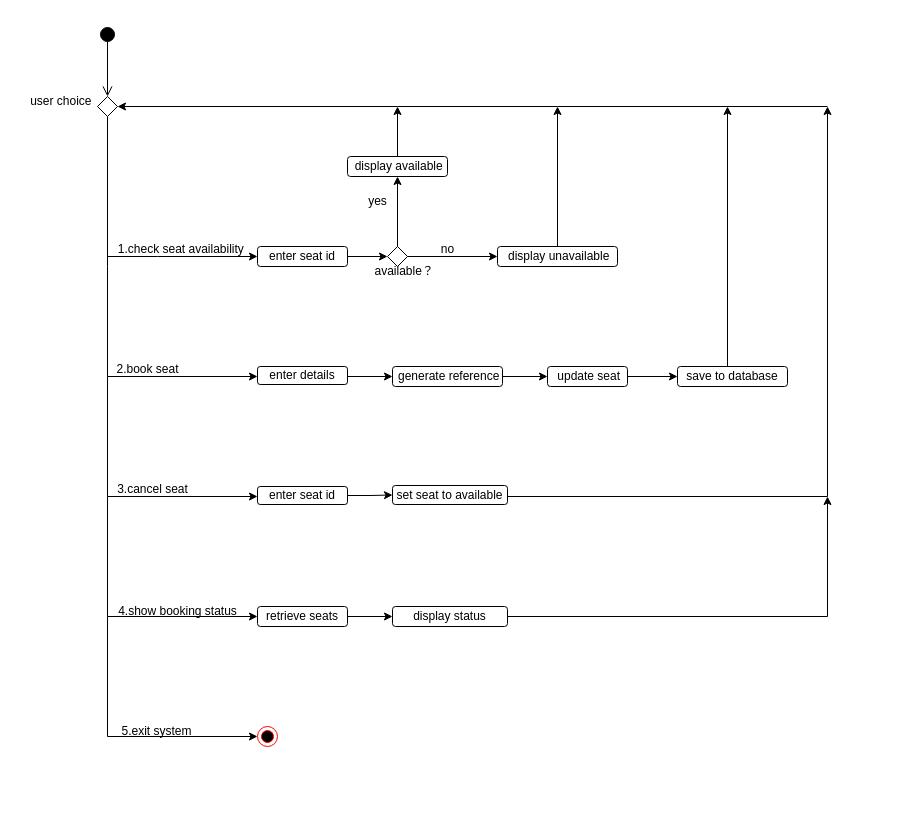
Above: FC723project activity diagram.drawio in xb0616/FC723-Project-P449777 (draw.io), before the change. Source tidied: cells renumbered, new cells numbered last; positions are measured from the earlier drawing's top-left corner, leaving out a move shared by most shapes. Both pictures are drawn from the tidied source at 100%, with x=0, y=0 at pixel (17, 26).
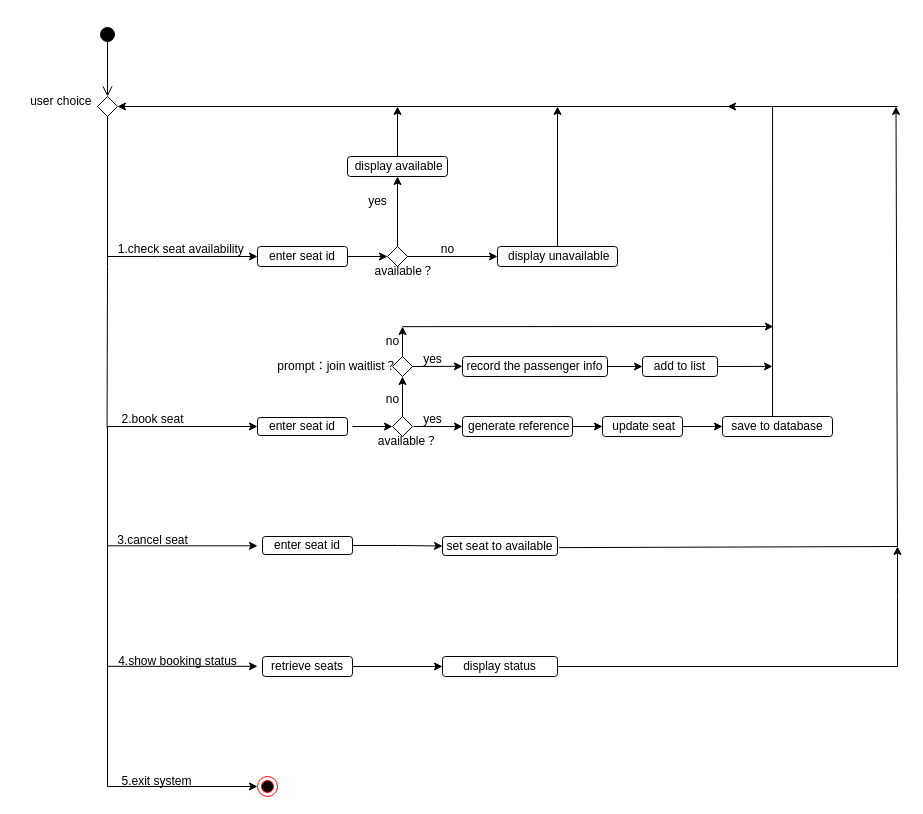
After the change.

Change to the diagram source:
```diff
@@
-    <mxCell id="6" style="endArrow=none;html=1;rounded=0;" parent="1" edge="1">
+    <mxCell id="6" style="endArrow=none;html=1;rounded=0;exitX=-0.005;exitY=0.772;exitDx=0;exitDy=0;exitPerimeter=0;" parent="1" edge="1" source="29">
       <mxGeometry relative="1" as="geometry">
-        <mxPoint x="90" y="350" as="sourcePoint" />
         <mxPoint x="90" y="240" as="targetPoint" />
       </mxGeometry>
     </mxCell>
     <mxCell id="7" style="endArrow=classic;html=1;rounded=0;" parent="1" edge="1">
       <mxGeometry relative="1" as="geometry">
-        <mxPoint x="90" y="350" as="sourcePoint" />
-        <mxPoint x="240" y="350" as="targetPoint" />
+        <mxPoint x="90" y="400" as="sourcePoint" />
+        <mxPoint x="240" y="400" as="targetPoint" />
       </mxGeometry>
     </mxCell>
     <mxCell id="8" style="endArrow=classic;html=1;rounded=0;" parent="1" edge="1">
       <mxGeometry relative="1" as="geometry">
-        <mxPoint x="90" y="470" as="sourcePoint" />
-        <mxPoint x="240" y="470" as="targetPoint" />
+        <mxPoint x="90" y="519.3" as="sourcePoint" />
+        <mxPoint x="240" y="519.3" as="targetPoint" />
       </mxGeometry>
     </mxCell>
     <mxCell id="9" style="endArrow=none;html=1;rounded=0;" parent="1" edge="1">
       <mxGeometry relative="1" as="geometry">
-        <mxPoint x="90" y="470" as="sourcePoint" />
-        <mxPoint x="90" y="350" as="targetPoint" />
+        <mxPoint x="90" y="520" as="sourcePoint" />
+        <mxPoint x="90" y="400" as="targetPoint" />
       </mxGeometry>
     </mxCell>
     <mxCell id="10" style="endArrow=none;html=1;rounded=0;" parent="1" edge="1">
       <mxGeometry relative="1" as="geometry">
-        <mxPoint x="90" y="590" as="sourcePoint" />
-        <mxPoint x="90" y="470" as="targetPoint" />
+        <mxPoint x="90" y="640" as="sourcePoint" />
+        <mxPoint x="90" y="520" as="targetPoint" />
       </mxGeometry>
     </mxCell>
     <mxCell id="11" style="endArrow=classic;html=1;rounded=0;" parent="1" edge="1">
       <mxGeometry relative="1" as="geometry">
-        <mxPoint x="90" y="590" as="sourcePoint" />
-        <mxPoint x="240" y="590" as="targetPoint" />
+        <mxPoint x="90" y="639.8" as="sourcePoint" />
+        <mxPoint x="240" y="639.8" as="targetPoint" />
       </mxGeometry>
     </mxCell>
     <mxCell id="12" style="endArrow=none;html=1;rounded=0;" parent="1" edge="1">
       <mxGeometry relative="1" as="geometry">
-        <mxPoint x="90" y="710" as="sourcePoint" />
-        <mxPoint x="90" y="590" as="targetPoint" />
+        <mxPoint x="90" y="760" as="sourcePoint" />
+        <mxPoint x="90" y="640" as="targetPoint" />
       </mxGeometry>
     </mxCell>
     <mxCell id="13" style="endArrow=classic;html=1;rounded=0;" parent="1" edge="1">
       <mxGeometry relative="1" as="geometry">
-        <mxPoint x="90" y="710" as="sourcePoint" />
-        <mxPoint x="240" y="710" as="targetPoint" />
+        <mxPoint x="90" y="760" as="sourcePoint" />
+        <mxPoint x="240" y="760" as="targetPoint" />
       </mxGeometry>
     </mxCell>
@@
     <mxCell id="29" value="2.book seat" style="text;html=1;align=center;verticalAlign=middle;points=[];strokeColor=none;fillColor=none;" parent="1" vertex="1">
-      <mxGeometry x="85" y="328" width="90" height="30" as="geometry" />
+      <mxGeometry x="90" y="378" width="90" height="30" as="geometry" />
     </mxCell>
-    <mxCell id="30" value="enter details" style="rounded=1;whiteSpace=wrap;html=1;" parent="1" vertex="1">
-      <mxGeometry x="240" y="340" width="90" height="18" as="geometry" />
+    <mxCell id="30" value="enter seat id" style="rounded=1;whiteSpace=wrap;html=1;" parent="1" vertex="1">
+      <mxGeometry x="240" y="391" width="90" height="18" as="geometry" />
     </mxCell>
-    <mxCell id="31" style="endArrow=classic;html=1;rounded=0;" parent="1" edge="1" target="32">
+    <mxCell id="31" style="endArrow=classic;html=1;rounded=0;" parent="1" edge="1">
       <mxGeometry relative="1" as="geometry">
-        <mxPoint x="330" y="350" as="sourcePoint" />
+        <mxPoint x="335" y="400" as="sourcePoint" />
+        <mxPoint x="375" y="400" as="targetPoint" />
       </mxGeometry>
     </mxCell>
     <mxCell id="32" value="&amp;nbsp;generate reference" style="rounded=1;whiteSpace=wrap;html=1;" parent="1" vertex="1">
-      <mxGeometry x="375" y="340" width="110" height="20" as="geometry" />
+      <mxGeometry x="445" y="390" width="110" height="20" as="geometry" />
     </mxCell>
@@
     <mxCell id="34" value="&amp;nbsp;update seat" style="rounded=1;whiteSpace=wrap;html=1;" parent="1" vertex="1">
-      <mxGeometry x="530" y="340" width="80" height="20" as="geometry" />
+      <mxGeometry x="585" y="390" width="80" height="20" as="geometry" />
     </mxCell>
     <mxCell id="35" style="endArrow=classic;html=1;rounded=0;" parent="1" edge="1">
       <mxGeometry relative="1" as="geometry">
-        <mxPoint x="610" y="350" as="sourcePoint" />
-        <mxPoint x="660" y="350" as="targetPoint" />
+        <mxPoint x="665" y="400" as="sourcePoint" />
+        <mxPoint x="705" y="400" as="targetPoint" />
       </mxGeometry>
     </mxCell>
@@
     <mxCell id="37" value="save to database" style="rounded=1;whiteSpace=wrap;html=1;" parent="1" vertex="1">
-      <mxGeometry x="660" y="340" width="110" height="20" as="geometry" />
+      <mxGeometry x="705" y="390" width="110" height="20" as="geometry" />
     </mxCell>
     <mxCell id="38" style="endArrow=none;html=1;rounded=0;" parent="1" edge="1">
       <mxGeometry relative="1" as="geometry">
         <mxPoint x="540" y="80" as="sourcePoint" />
-        <mxPoint x="810" y="80" as="targetPoint" />
+        <mxPoint x="880" y="80" as="targetPoint" />
       </mxGeometry>
     </mxCell>
@@
     <mxCell id="41" value="3.cancel seat" style="text;html=1;align=center;verticalAlign=middle;strokeColor=none;fillColor=none;" parent="1" vertex="1">
-      <mxGeometry x="90" y="448" width="90" height="30" as="geometry" />
+      <mxGeometry x="90" y="499" width="90" height="30" as="geometry" />
     </mxCell>
@@
     <mxCell id="43" value="enter seat id" style="rounded=1;whiteSpace=wrap;html=1;" parent="1" vertex="1">
-      <mxGeometry x="240" y="460" width="90" height="18" as="geometry" />
+      <mxGeometry x="245" y="510" width="90" height="18" as="geometry" />
     </mxCell>
-    <mxCell id="44" value="set seat to available" style="whiteSpace=wrap;html=1;rounded=1;" parent="1" vertex="1">
-      <mxGeometry x="375" y="459" width="115" height="19" as="geometry" />
-    </mxCell>
-    <mxCell id="45" style="endArrow=classic;html=1;rounded=0;" parent="1" edge="1">
+    <mxCell id="45" style="endArrow=classic;html=1;rounded=0;exitX=1.013;exitY=0.586;exitDx=0;exitDy=0;exitPerimeter=0;" parent="1" edge="1" source="44">
       <mxGeometry relative="1" as="geometry">
-        <mxPoint x="490" y="470" as="sourcePoint" />
-        <mxPoint x="810" y="80" as="targetPoint" />
+        <mxPoint x="878.5" y="80" as="targetPoint" />
         <Array as="points">
-          <mxPoint x="810" y="470" />
+          <mxPoint x="880" y="520" />
         </Array>
       </mxGeometry>
     </mxCell>
     <mxCell id="46" value="4.show booking status" style="text;html=1;align=center;verticalAlign=middle;strokeColor=none;fillColor=none;" parent="1" vertex="1">
-      <mxGeometry x="90" y="570" width="140" height="30" as="geometry" />
+      <mxGeometry x="90" y="620" width="140" height="30" as="geometry" />
     </mxCell>
@@
     <mxCell id="48" value="retrieve seats" style="rounded=1;whiteSpace=wrap;html=1;" parent="1" vertex="1">
-      <mxGeometry x="240" y="580" width="90" height="20" as="geometry" />
+      <mxGeometry x="245" y="630" width="90" height="20" as="geometry" />
     </mxCell>
     <mxCell id="49" value="display status" style="whiteSpace=wrap;html=1;rounded=1;" parent="1" vertex="1">
-      <mxGeometry x="375" y="580" width="115" height="20" as="geometry" />
+      <mxGeometry x="425" y="630" width="115" height="20" as="geometry" />
     </mxCell>
-    <mxCell id="50" style="endArrow=classic;html=1;rounded=0;" parent="1" edge="1">
+    <mxCell id="50" style="endArrow=classic;html=1;rounded=0;exitX=1;exitY=0.5;exitDx=0;exitDy=0;" parent="1" edge="1" source="49">
       <mxGeometry relative="1" as="geometry">
-        <mxPoint x="490" y="590" as="sourcePoint" />
-        <mxPoint x="810" y="470" as="targetPoint" />
+        <mxPoint x="880" y="520" as="targetPoint" />
         <Array as="points">
-          <mxPoint x="810" y="590" />
+          <mxPoint x="880" y="640" />
+          <mxPoint x="880" y="570" />
         </Array>
       </mxGeometry>
     </mxCell>
     <mxCell id="51" value="5.exit system" style="text;html=1;align=center;verticalAlign=middle;strokeColor=none;fillColor=none;" parent="1" vertex="1">
-      <mxGeometry x="94" y="690" width="90" height="30" as="geometry" />
+      <mxGeometry x="94" y="740" width="90" height="30" as="geometry" />
     </mxCell>
     <mxCell id="52" style="ellipse;html=1;shape=endState;fillColor=#000000;strokeColor=#ff0000;" parent="1" vertex="1">
-      <mxGeometry x="240" y="700" width="20" height="20" as="geometry" />
+      <mxGeometry x="240" y="750" width="20" height="20" as="geometry" />
     </mxCell>
+    <mxCell id="53" style="rhombus;whiteSpace=wrap;html=1;" parent="1" vertex="1">
+      <mxGeometry x="375" y="390" width="20" height="20" as="geometry" />
+    </mxCell>
+    <mxCell id="54" style="endArrow=classic;html=1;rounded=0;exitX=1.013;exitY=0.586;exitDx=0;exitDy=0;exitPerimeter=0;" parent="1" edge="1" target="44">
+      <mxGeometry relative="1" as="geometry">
+        <mxPoint x="495" y="520.1" as="sourcePoint" />
+      </mxGeometry>
+    </mxCell>
+    <mxCell id="44" value="set seat to available" style="whiteSpace=wrap;html=1;rounded=1;" parent="1" vertex="1">
+      <mxGeometry x="425" y="510" width="115" height="19" as="geometry" />
+    </mxCell>
+    <mxCell id="55" value="available？" style="text;html=1;align=center;verticalAlign=middle;strokeColor=none;fillColor=none;" parent="1" vertex="1">
+      <mxGeometry x="350" y="400" width="80" height="30" as="geometry" />
+    </mxCell>
+    <mxCell id="56" style="endArrow=classic;html=1;rounded=0;entryX=0;entryY=0.5;entryDx=0;entryDy=0;" parent="1" edge="1" target="32">
+      <mxGeometry relative="1" as="geometry">
+        <mxPoint x="396" y="400" as="sourcePoint" />
+      </mxGeometry>
+    </mxCell>
+    <mxCell id="57" value="yes" style="text;html=1;align=center;verticalAlign=middle;strokeColor=none;fillColor=none;" parent="1" vertex="1">
+      <mxGeometry x="395" y="378" width="40" height="30" as="geometry" />
+    </mxCell>
+    <mxCell id="58" style="endArrow=classic;html=1;rounded=0;" parent="1" edge="1">
+      <mxGeometry relative="1" as="geometry">
+        <mxPoint x="385" y="390" as="sourcePoint" />
+        <mxPoint x="385" y="350" as="targetPoint" />
+      </mxGeometry>
+    </mxCell>
+    <mxCell id="59" value="no" style="text;html=1;align=center;verticalAlign=middle;strokeColor=none;fillColor=none;" parent="1" vertex="1">
+      <mxGeometry x="355" y="358" width="40" height="30" as="geometry" />
+    </mxCell>
+    <mxCell id="60" style="rhombus;whiteSpace=wrap;html=1;" parent="1" vertex="1">
+      <mxGeometry x="375" y="330" width="20" height="20" as="geometry" />
+    </mxCell>
+    <mxCell id="61" value="prompt：join waitlist？" style="text;html=1;align=center;verticalAlign=middle;whiteSpace=wrap;rounded=0;" parent="1" vertex="1">
+      <mxGeometry x="245" y="325" width="150" height="30" as="geometry" />
+    </mxCell>
+    <mxCell id="62" style="endArrow=classic;html=1;rounded=0;exitX=1;exitY=0.5;exitDx=0;exitDy=0;" parent="1" edge="1" source="61">
+      <mxGeometry relative="1" as="geometry">
+        <mxPoint x="445" y="339.8" as="targetPoint" />
+      </mxGeometry>
+    </mxCell>
+    <mxCell id="63" style="edgeStyle=orthogonalEdgeStyle;rounded=0;jettySize=auto;html=1;" parent="1" edge="1" source="64" target="65">
+      <mxGeometry relative="1" as="geometry" />
+    </mxCell>
+    <mxCell id="64" value="record the passenger info" style="rounded=1;whiteSpace=wrap;html=1;" parent="1" vertex="1">
+      <mxGeometry x="445" y="330" width="145" height="20" as="geometry" />
+    </mxCell>
+    <mxCell id="65" value="add to list" style="whiteSpace=wrap;html=1;rounded=1;" parent="1" vertex="1">
+      <mxGeometry x="625" y="330" width="75" height="20" as="geometry" />
+    </mxCell>
+    <mxCell id="66" style="endArrow=classic;html=1;rounded=0;exitX=1;exitY=0.5;exitDx=0;exitDy=0;" parent="1" edge="1" source="65">
+      <mxGeometry relative="1" as="geometry">
+        <mxPoint x="755" y="339.9" as="targetPoint" />
+      </mxGeometry>
+    </mxCell>
+    <mxCell id="67" value="yes" style="text;html=1;align=center;verticalAlign=middle;strokeColor=none;fillColor=none;" parent="1" vertex="1">
+      <mxGeometry x="395" y="318" width="40" height="30" as="geometry" />
+    </mxCell>
+    <mxCell id="68" style="endArrow=classic;html=1;rounded=0;" parent="1" edge="1">
+      <mxGeometry relative="1" as="geometry">
+        <mxPoint x="385" y="330" as="sourcePoint" />
+        <mxPoint x="385" y="300" as="targetPoint" />
+      </mxGeometry>
+    </mxCell>
+    <mxCell id="69" value="no" style="text;html=1;align=center;verticalAlign=middle;points=[];strokeColor=none;fillColor=none;" parent="1" vertex="1">
+      <mxGeometry x="355" y="300" width="40" height="30" as="geometry" />
+    </mxCell>
+    <mxCell id="70" style="endArrow=classic;html=1;rounded=0;exitX=0.75;exitY=0.005;exitDx=0;exitDy=0;exitPerimeter=0;" parent="1" edge="1" source="69">
+      <mxGeometry relative="1" as="geometry">
+        <mxPoint x="755.9" y="300" as="targetPoint" />
+      </mxGeometry>
+    </mxCell>
```
